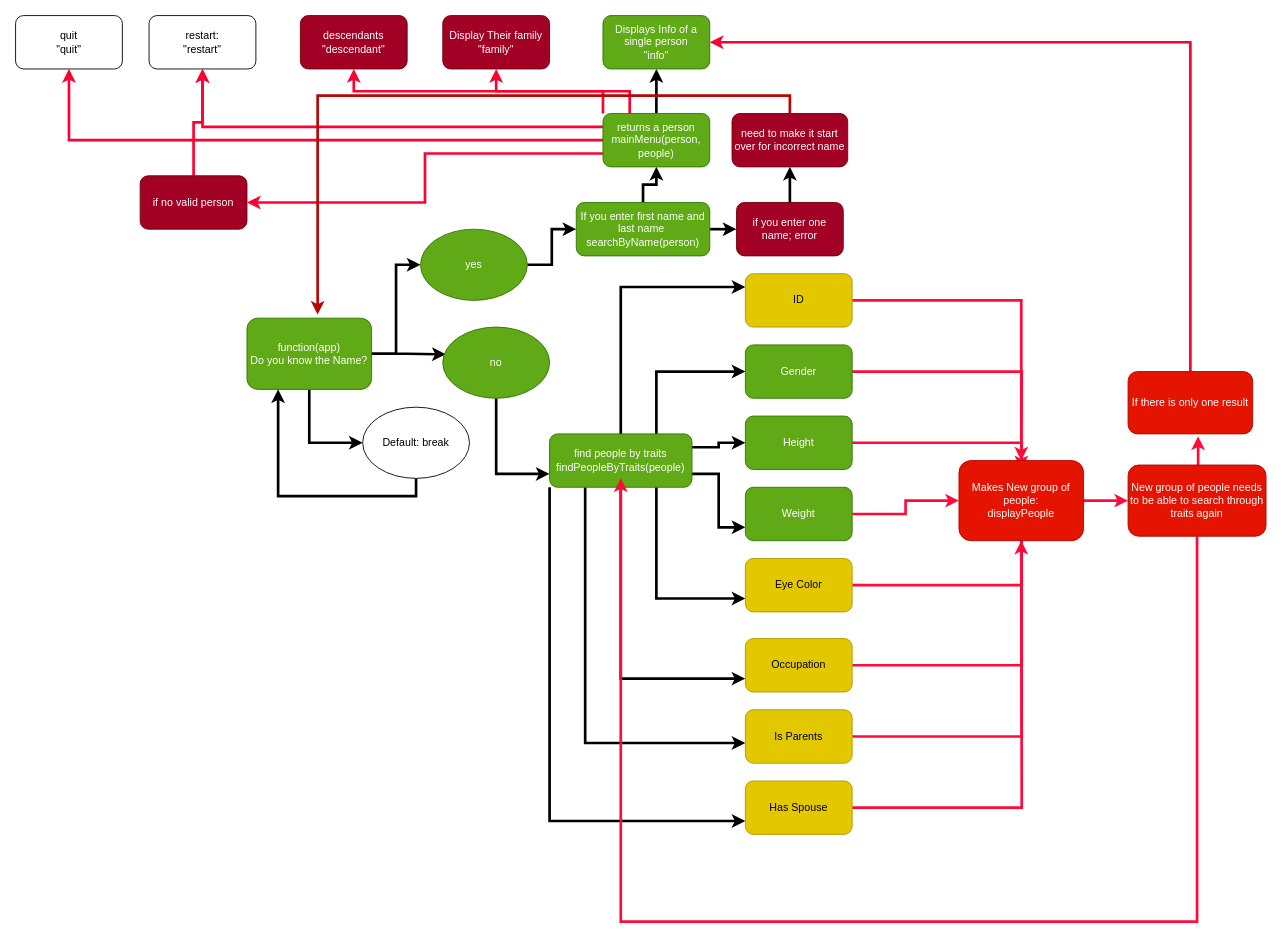
Before: App Map.drawio in MichaelBHerman/MostWanted, a draw.io diagram. Source tidied: cells renumbered, new cells numbered last; positions are measured from the earlier drawing's top-left corner, leaving out a move shared by most shapes. Both pictures are drawn from the tidied source at 89%, with x=0, y=0 at pixel (15, 15).
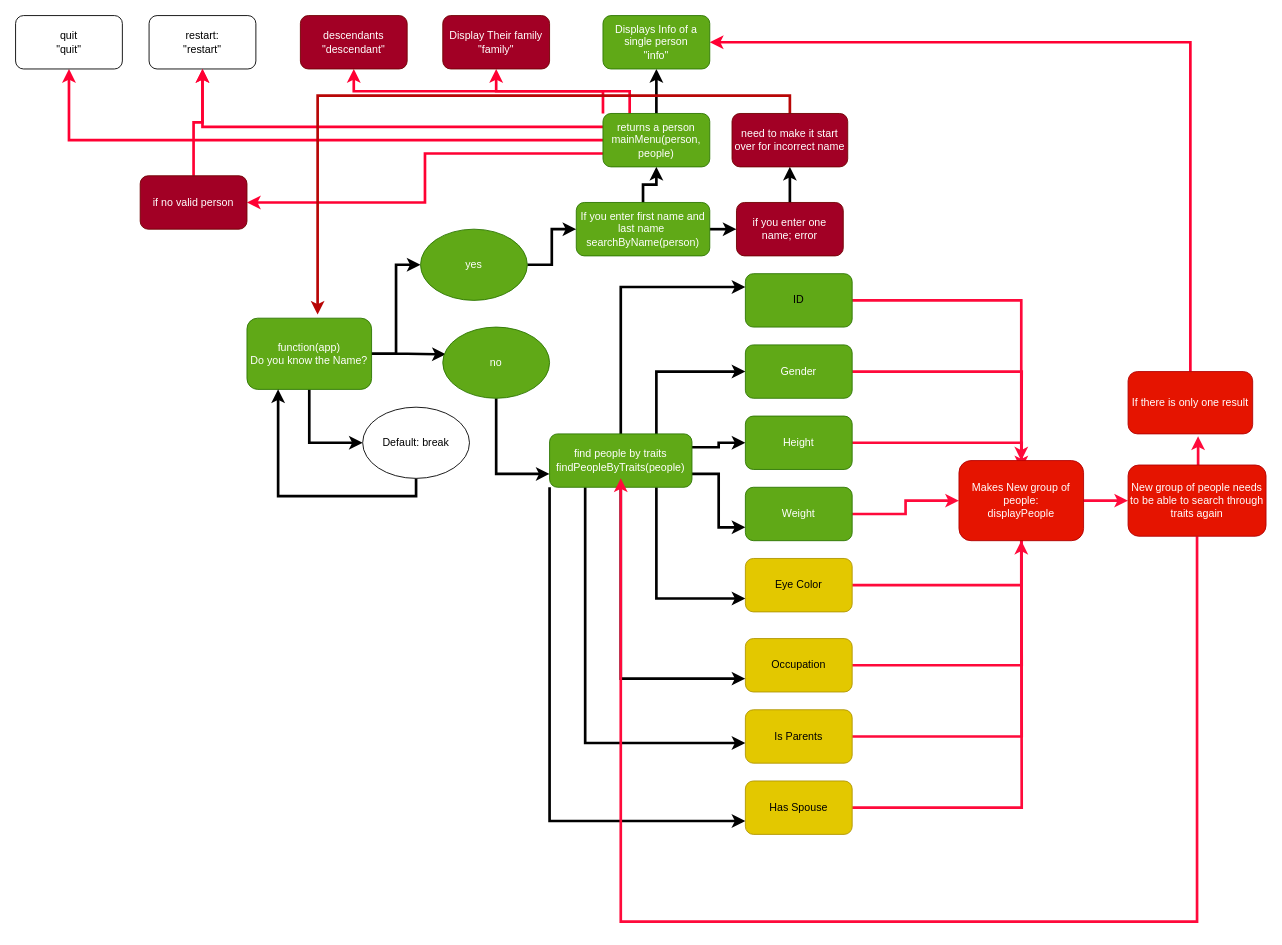
Above is the later version.

The edit, as a diff of the source:
```diff
@@
-    <mxCell id="36" value="&lt;font color=&quot;#000000&quot;&gt;ID&lt;/font&gt;" style="rounded=1;whiteSpace=wrap;html=1;fillColor=#e3c800;strokeColor=#B09500;fontColor=#000000;" parent="1" vertex="1">
+    <mxCell id="36" value="&lt;font color=&quot;#000000&quot;&gt;ID&lt;/font&gt;" style="rounded=1;whiteSpace=wrap;html=1;fillColor=#60a917;strokeColor=#2D7600;fontColor=#ffffff;" parent="1" vertex="1">
       <mxGeometry x="820" y="290" width="120" height="60" as="geometry" />
     </mxCell>
```
